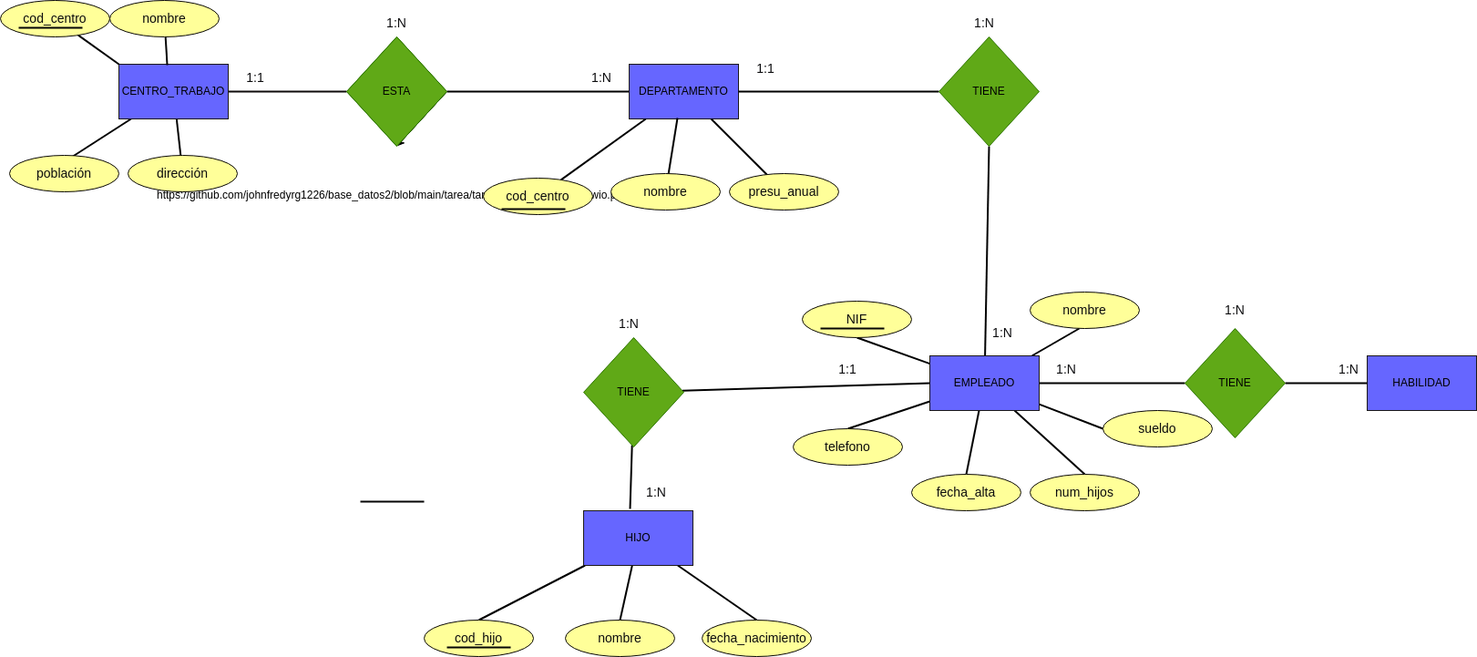
Above: tarea/tarea5/empresas.drawio.png in johnfredyrg1226/base_datos2 (draw.io), before the change. Source tidied: cells renumbered, new cells last; positions are measured from the earlier drawing's top-left corner, leaving out a move shared by most shapes.
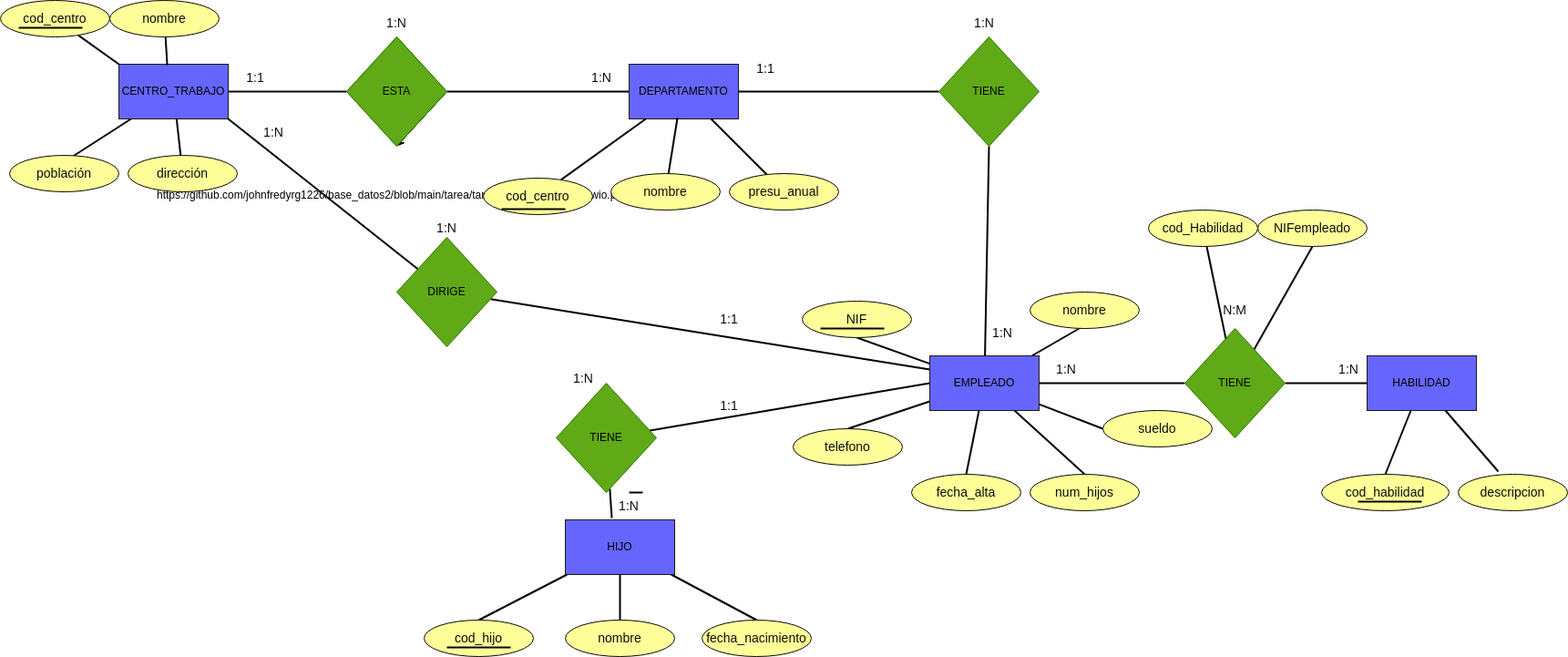
Later version of the same file.

Commit message:
EMPRESA ACTUALIZACION

What changed in the source:
```diff
@@ -156,7 +156,7 @@
       <mxGeometry relative="1" as="geometry" />
     </mxCell>
     <mxCell id="50" value="HIJO" style="rounded=0;whiteSpace=wrap;html=1;fillStyle=auto;fillColor=#6666FF;strokeColor=#1b1818;" parent="1" vertex="1">
-      <mxGeometry x="640" y="560" width="120" height="60" as="geometry" />
+      <mxGeometry x="620" y="570" width="120" height="60" as="geometry" />
     </mxCell>
     <mxCell id="51" style="edgeStyle=none;html=1;entryX=0;entryY=0.5;entryDx=0;entryDy=0;strokeColor=#000000;strokeWidth=2;endArrow=none;endFill=0;" parent="1" edge="1" source="53" target="35">
       <mxGeometry relative="1" as="geometry" />
@@ -165,7 +165,7 @@
       <mxGeometry relative="1" as="geometry" />
     </mxCell>
     <mxCell id="53" value="&lt;font color=&quot;#000000&quot;&gt;TIENE&lt;/font&gt;" style="rhombus;whiteSpace=wrap;html=1;fillStyle=auto;fillColor=#60a917;fontColor=#ffffff;strokeColor=#2D7600;" parent="1" vertex="1">
-      <mxGeometry x="640" y="370" width="110" height="120" as="geometry" />
+      <mxGeometry x="610" y="420" width="110" height="120" as="geometry" />
     </mxCell>
     <mxCell id="54" value="1:N" style="text;html=1;strokeColor=none;fillColor=none;align=center;verticalAlign=middle;whiteSpace=wrap;rounded=0;labelBackgroundColor=none;fillStyle=auto;fontSize=14;fontColor=#0c0c0e;" parent="1" vertex="1">
       <mxGeometry x="1070" y="350" width="60" height="30" as="geometry" />
@@ -177,13 +177,13 @@
       <mxGeometry x="1050" y="10" width="60" height="30" as="geometry" />
     </mxCell>
     <mxCell id="57" value="1:N" style="text;html=1;strokeColor=none;fillColor=none;align=center;verticalAlign=middle;whiteSpace=wrap;rounded=0;labelBackgroundColor=none;fillStyle=auto;fontSize=14;fontColor=#0c0c0e;" parent="1" vertex="1">
-      <mxGeometry x="690" y="525" width="60" height="30" as="geometry" />
+      <mxGeometry x="660" y="540" width="60" height="30" as="geometry" />
     </mxCell>
     <mxCell id="58" value="1:1" style="text;html=1;strokeColor=none;fillColor=none;align=center;verticalAlign=middle;whiteSpace=wrap;rounded=0;labelBackgroundColor=none;fillStyle=auto;fontSize=14;fontColor=#0c0c0e;" parent="1" vertex="1">
-      <mxGeometry x="900" y="390" width="60" height="30" as="geometry" />
+      <mxGeometry x="770" y="430" width="60" height="30" as="geometry" />
     </mxCell>
     <mxCell id="59" value="1:N" style="text;html=1;strokeColor=none;fillColor=none;align=center;verticalAlign=middle;whiteSpace=wrap;rounded=0;labelBackgroundColor=none;fillStyle=auto;fontSize=14;fontColor=#0c0c0e;" parent="1" vertex="1">
-      <mxGeometry x="660" y="340" width="60" height="30" as="geometry" />
+      <mxGeometry x="610" y="400" width="60" height="30" as="geometry" />
     </mxCell>
     <mxCell id="60" value="cod_hijo" style="ellipse;whiteSpace=wrap;html=1;labelBackgroundColor=none;fillStyle=auto;strokeColor=#090707;fontSize=14;fontColor=#0c0c0e;fillColor=#FFFF99;" parent="1" vertex="1">
       <mxGeometry x="465" y="680" width="120" height="40" as="geometry" />
@@ -200,18 +200,21 @@
         <mxPoint x="560" y="710" as="targetPoint" />
       </mxGeometry>
     </mxCell>
-    <mxCell id="64" style="endArrow=none;html=1;strokeColor=#050505;strokeWidth=2;" parent="1" edge="1">
-      <mxGeometry relative="1" as="geometry">
-        <mxPoint x="395" y="550" as="sourcePoint" />
-        <mxPoint x="465" y="550" as="targetPoint" />
-      </mxGeometry>
-    </mxCell>
+    <mxCell id="71" style="edgeStyle=none;html=1;entryX=0.5;entryY=0;entryDx=0;entryDy=0;strokeColor=#000000;strokeWidth=2;endArrow=none;endFill=0;" parent="1" edge="1" source="65" target="74">
+      <mxGeometry relative="1" as="geometry" />
+    </mxCell>
+    <mxCell id="72" style="edgeStyle=none;html=1;entryX=0.367;entryY=-0.075;entryDx=0;entryDy=0;entryPerimeter=0;strokeColor=#000000;strokeWidth=2;endArrow=none;endFill=0;" parent="1" edge="1" source="65" target="75">
+      <mxGeometry relative="1" as="geometry" />
+    </mxCell>
     <mxCell id="65" value="HABILIDAD" style="rounded=0;whiteSpace=wrap;html=1;fillStyle=auto;fillColor=#6666FF;strokeColor=#1b1818;" parent="1" vertex="1">
       <mxGeometry x="1500" y="390" width="120" height="60" as="geometry" />
     </mxCell>
     <mxCell id="66" style="edgeStyle=none;html=1;entryX=0;entryY=0.5;entryDx=0;entryDy=0;strokeColor=#000000;strokeWidth=2;endArrow=none;endFill=0;" parent="1" edge="1" source="67" target="65">
       <mxGeometry relative="1" as="geometry" />
     </mxCell>
+    <mxCell id="73" style="edgeStyle=none;html=1;strokeColor=#000000;strokeWidth=2;endArrow=none;endFill=0;entryX=0.5;entryY=1;entryDx=0;entryDy=0;" parent="1" edge="1" source="67" target="77">
+      <mxGeometry relative="1" as="geometry" />
+    </mxCell>
     <mxCell id="67" value="&lt;font color=&quot;#000000&quot;&gt;TIENE&lt;/font&gt;" style="rhombus;whiteSpace=wrap;html=1;fillStyle=auto;fillColor=#60a917;fontColor=#ffffff;strokeColor=#2D7600;" parent="1" vertex="1">
       <mxGeometry x="1300" y="360" width="110" height="120" as="geometry" />
     </mxCell>
@@ -221,8 +224,50 @@
     <mxCell id="69" value="1:N" style="text;html=1;strokeColor=none;fillColor=none;align=center;verticalAlign=middle;whiteSpace=wrap;rounded=0;labelBackgroundColor=none;fillStyle=auto;fontSize=14;fontColor=#0c0c0e;" parent="1" vertex="1">
       <mxGeometry x="1140" y="390" width="60" height="30" as="geometry" />
     </mxCell>
-    <mxCell id="70" value="1:N" style="text;html=1;strokeColor=none;fillColor=none;align=center;verticalAlign=middle;whiteSpace=wrap;rounded=0;labelBackgroundColor=none;fillStyle=auto;fontSize=14;fontColor=#0c0c0e;" parent="1" vertex="1">
+    <mxCell id="70" value="N:M" style="text;html=1;strokeColor=none;fillColor=none;align=center;verticalAlign=middle;whiteSpace=wrap;rounded=0;labelBackgroundColor=none;fillStyle=auto;fontSize=14;fontColor=#0c0c0e;" parent="1" vertex="1">
       <mxGeometry x="1325" y="325" width="60" height="30" as="geometry" />
     </mxCell>
+    <mxCell id="74" value="cod_habilidad" style="ellipse;whiteSpace=wrap;html=1;labelBackgroundColor=none;fillStyle=auto;strokeColor=#090707;fontSize=14;fontColor=#0c0c0e;fillColor=#FFFF99;" parent="1" vertex="1">
+      <mxGeometry x="1450" y="520" width="140" height="40" as="geometry" />
+    </mxCell>
+    <mxCell id="75" value="descripcion" style="ellipse;whiteSpace=wrap;html=1;labelBackgroundColor=none;fillStyle=auto;strokeColor=#090707;fontSize=14;fontColor=#0c0c0e;fillColor=#FFFF99;" parent="1" vertex="1">
+      <mxGeometry x="1600" y="520" width="120" height="40" as="geometry" />
+    </mxCell>
+    <mxCell id="76" style="endArrow=none;html=1;strokeColor=#050505;strokeWidth=2;" parent="1" edge="1">
+      <mxGeometry relative="1" as="geometry">
+        <mxPoint x="1490" y="550" as="sourcePoint" />
+        <mxPoint x="1560" y="550" as="targetPoint" />
+      </mxGeometry>
+    </mxCell>
+    <mxCell id="77" value="NIFempleado" style="ellipse;whiteSpace=wrap;html=1;labelBackgroundColor=none;fillStyle=auto;strokeColor=#090707;fontSize=14;fontColor=#0c0c0e;fillColor=#FFFF99;" parent="1" vertex="1">
+      <mxGeometry x="1380" y="230" width="120" height="40" as="geometry" />
+    </mxCell>
+    <mxCell id="78" style="edgeStyle=none;html=1;strokeColor=#000000;strokeWidth=2;endArrow=none;endFill=0;" parent="1" edge="1" source="79" target="67">
+      <mxGeometry relative="1" as="geometry" />
+    </mxCell>
+    <mxCell id="79" value="cod_Habilidad" style="ellipse;whiteSpace=wrap;html=1;labelBackgroundColor=none;fillStyle=auto;strokeColor=#090707;fontSize=14;fontColor=#0c0c0e;fillColor=#FFFF99;" parent="1" vertex="1">
+      <mxGeometry x="1260" y="230" width="120" height="40" as="geometry" />
+    </mxCell>
+    <mxCell id="80" style="edgeStyle=none;html=1;exitX=0.75;exitY=0;exitDx=0;exitDy=0;entryX=0.5;entryY=0;entryDx=0;entryDy=0;strokeColor=#000000;strokeWidth=2;endArrow=none;endFill=0;" parent="1" edge="1" source="57" target="57">
+      <mxGeometry relative="1" as="geometry" />
+    </mxCell>
+    <mxCell id="81" style="edgeStyle=none;html=1;entryX=0;entryY=0.25;entryDx=0;entryDy=0;strokeColor=#000000;strokeWidth=2;endArrow=none;endFill=0;" parent="1" edge="1" source="83" target="35">
+      <mxGeometry relative="1" as="geometry" />
+    </mxCell>
+    <mxCell id="82" style="edgeStyle=none;html=1;entryX=1;entryY=1;entryDx=0;entryDy=0;strokeColor=#000000;strokeWidth=2;endArrow=none;endFill=0;" parent="1" edge="1" source="83" target="5">
+      <mxGeometry relative="1" as="geometry" />
+    </mxCell>
+    <mxCell id="83" value="&lt;font color=&quot;#000000&quot;&gt;DIRIGE&lt;/font&gt;" style="rhombus;whiteSpace=wrap;html=1;fillStyle=auto;fillColor=#60a917;fontColor=#ffffff;strokeColor=#2D7600;" parent="1" vertex="1">
+      <mxGeometry x="435" y="260" width="110" height="120" as="geometry" />
+    </mxCell>
+    <mxCell id="84" value="1:N" style="text;html=1;strokeColor=none;fillColor=none;align=center;verticalAlign=middle;whiteSpace=wrap;rounded=0;labelBackgroundColor=none;fillStyle=auto;fontSize=14;fontColor=#0c0c0e;" parent="1" vertex="1">
+      <mxGeometry x="270" y="130" width="60" height="30" as="geometry" />
+    </mxCell>
+    <mxCell id="85" value="1:1" style="text;html=1;strokeColor=none;fillColor=none;align=center;verticalAlign=middle;whiteSpace=wrap;rounded=0;labelBackgroundColor=none;fillStyle=auto;fontSize=14;fontColor=#0c0c0e;" parent="1" vertex="1">
+      <mxGeometry x="770" y="335" width="60" height="30" as="geometry" />
+    </mxCell>
+    <mxCell id="86" value="1:N" style="text;html=1;strokeColor=none;fillColor=none;align=center;verticalAlign=middle;whiteSpace=wrap;rounded=0;labelBackgroundColor=none;fillStyle=auto;fontSize=14;fontColor=#0c0c0e;" parent="1" vertex="1">
+      <mxGeometry x="460" y="235" width="60" height="30" as="geometry" />
+    </mxCell>
   </root>
 </mxGraphModel>
```
